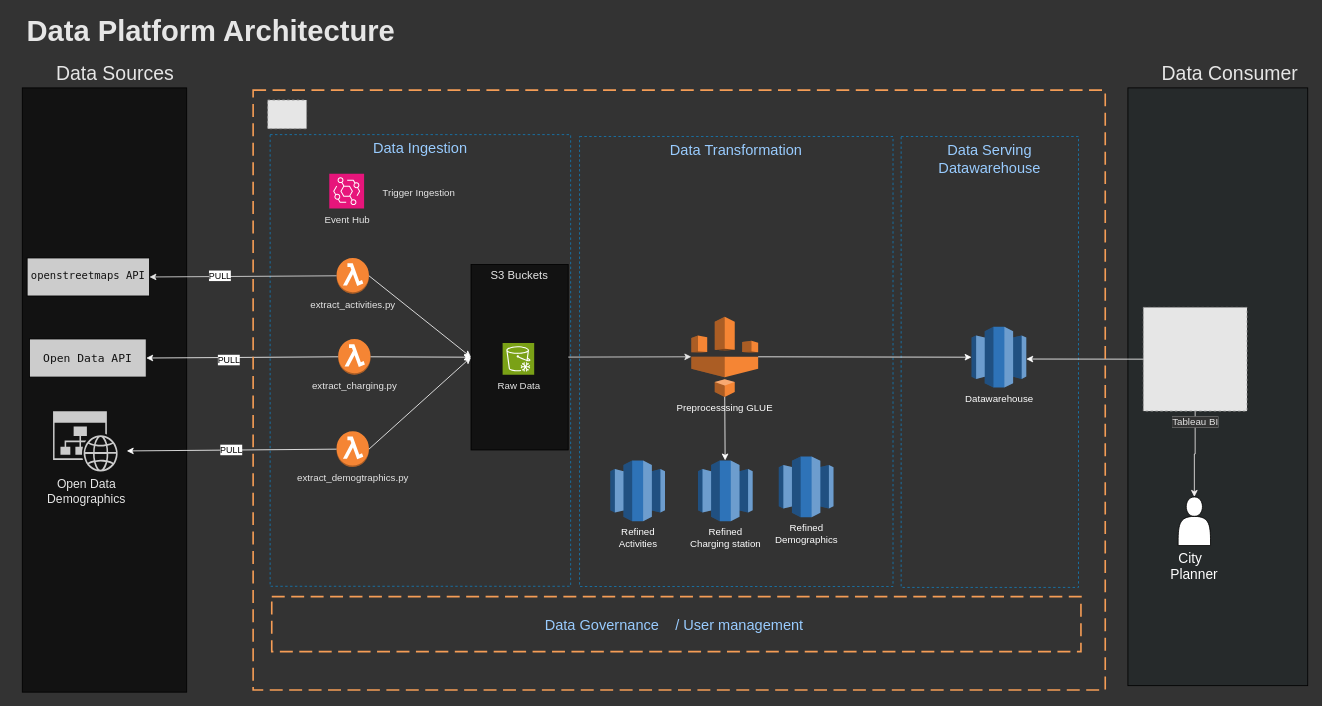
The draw.io diagram page "datalake" (1 of 2) of drawio/datalake.drawio in fburnelli/datawarehouse_wizards, before the edit. Source tidied: cells renumbered, new cells numbered last; positions are measured from the earlier drawing's top-left corner, leaving out a move shared by most shapes. Both pictures are drawn from the tidied source at 81%, with x=0, y=0 at pixel (14, 15). Pictures stored in the file or linked from it are replaced by grey dashed boxes.
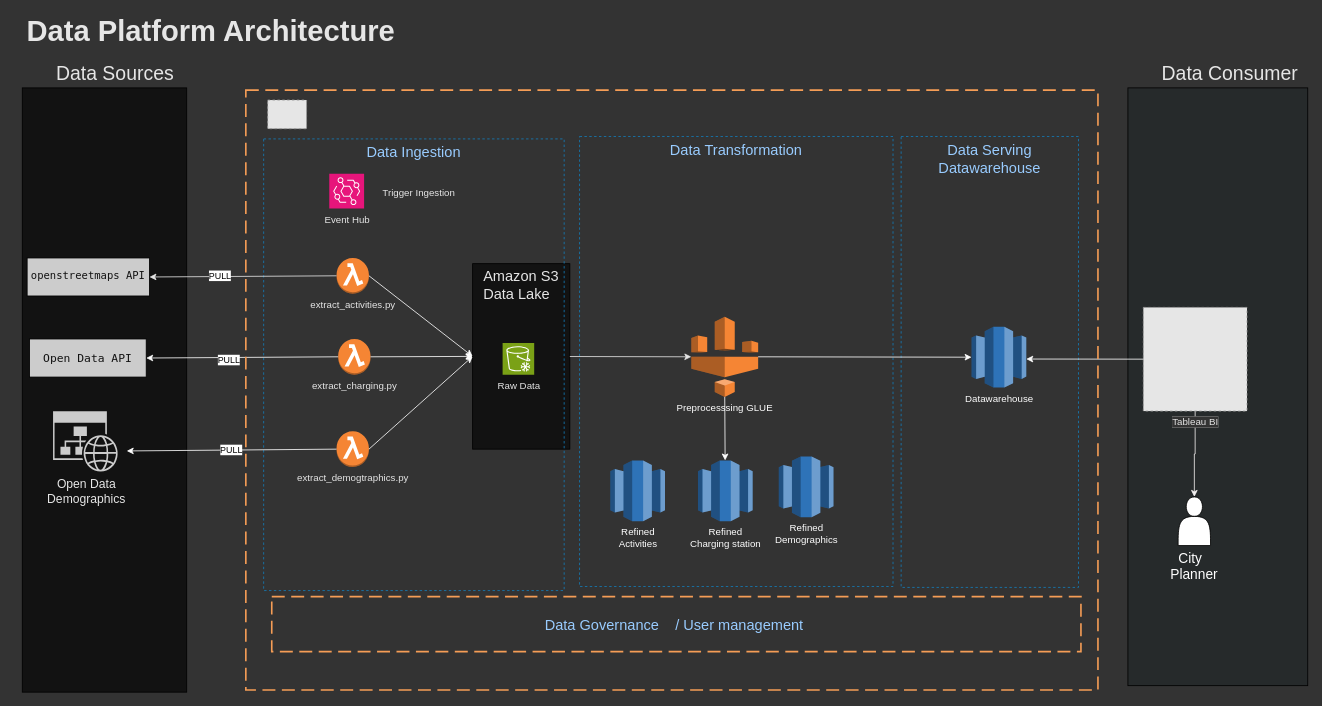
Above is the later version.

Commit message (it also covers changes not shown here):
data lake label

Change to the diagram source:
```diff
@@
-    <mxCell id="4" value="&lt;div&gt;&lt;font color=&quot;#e6e6e6&quot;&gt;&lt;br&gt;&lt;/font&gt;&lt;/div&gt;&lt;div style=&quot;text-align: left;&quot;&gt;&lt;font style=&quot;font-size: 14px;&quot; color=&quot;#e6e6e6&quot;&gt;S3 Buckets&lt;/font&gt;&lt;/div&gt;&lt;div style=&quot;text-align: left;&quot;&gt;&lt;font color=&quot;#e6e6e6&quot;&gt;&lt;br&gt;&lt;/font&gt;&lt;/div&gt;&lt;div style=&quot;text-align: left;&quot;&gt;&lt;font color=&quot;#e6e6e6&quot;&gt;&lt;br&gt;&lt;/font&gt;&lt;/div&gt;&lt;div style=&quot;text-align: left;&quot;&gt;&lt;font color=&quot;#e6e6e6&quot;&gt;&lt;br&gt;&lt;/font&gt;&lt;/div&gt;&lt;div style=&quot;text-align: left;&quot;&gt;&lt;font color=&quot;#e6e6e6&quot;&gt;&lt;br&gt;&lt;/font&gt;&lt;/div&gt;&lt;div style=&quot;text-align: left;&quot;&gt;&lt;font color=&quot;#e6e6e6&quot;&gt;&lt;br&gt;&lt;/font&gt;&lt;/div&gt;&lt;div style=&quot;text-align: left;&quot;&gt;&lt;font color=&quot;#e6e6e6&quot;&gt;&lt;br&gt;&lt;/font&gt;&lt;/div&gt;&lt;div style=&quot;text-align: left;&quot;&gt;&lt;font color=&quot;#e6e6e6&quot;&gt;&lt;br&gt;&lt;/font&gt;&lt;/div&gt;&lt;div style=&quot;text-align: left;&quot;&gt;&lt;font color=&quot;#e6e6e6&quot;&gt;&lt;br&gt;&lt;/font&gt;&lt;/div&gt;&lt;div style=&quot;text-align: left;&quot;&gt;&lt;font color=&quot;#e6e6e6&quot;&gt;&lt;br&gt;&lt;/font&gt;&lt;/div&gt;&lt;div style=&quot;text-align: left;&quot;&gt;&lt;font color=&quot;#e6e6e6&quot;&gt;&lt;br&gt;&lt;/font&gt;&lt;/div&gt;&lt;div style=&quot;text-align: left;&quot;&gt;&lt;font color=&quot;#e6e6e6&quot;&gt;&lt;br&gt;&lt;/font&gt;&lt;/div&gt;&lt;div style=&quot;text-align: left;&quot;&gt;&lt;font color=&quot;#e6e6e6&quot;&gt;&lt;br&gt;&lt;/font&gt;&lt;/div&gt;&lt;div style=&quot;text-align: left;&quot;&gt;&lt;font color=&quot;#e6e6e6&quot;&gt;&lt;br&gt;&lt;/font&gt;&lt;/div&gt;&lt;div style=&quot;text-align: left;&quot;&gt;&lt;font color=&quot;#e6e6e6&quot;&gt;&lt;br&gt;&lt;/font&gt;&lt;/div&gt;&lt;div style=&quot;text-align: left;&quot;&gt;&lt;font color=&quot;#e6e6e6&quot;&gt;&lt;br&gt;&lt;/font&gt;&lt;/div&gt;" style="rounded=0;whiteSpace=wrap;html=1;fillColor=#121212;" parent="1" vertex="1">
-      <mxGeometry x="564" y="308" width="120" height="229" as="geometry" />
+    <mxCell id="4" value="&lt;div&gt;&lt;font color=&quot;#e6e6e6&quot;&gt;&lt;br&gt;&lt;/font&gt;&lt;/div&gt;&lt;div style=&quot;text-align: left;&quot;&gt;&lt;font style=&quot;font-size: 14px;&quot; color=&quot;#e6e6e6&quot;&gt;&lt;br&gt;&lt;/font&gt;&lt;/div&gt;&lt;div style=&quot;text-align: left;&quot;&gt;&lt;font style=&quot;font-size: 14px;&quot; color=&quot;#e6e6e6&quot;&gt;&lt;br&gt;&lt;/font&gt;&lt;/div&gt;&lt;div style=&quot;text-align: left; font-size: 18px;&quot;&gt;&lt;font style=&quot;font-size: 18px;&quot;&gt;&lt;font style=&quot;font-size: 18px;&quot; color=&quot;#e6e6e6&quot;&gt;Amazon&amp;nbsp;&lt;/font&gt;&lt;span style=&quot;color: rgb(230, 230, 230); background-color: initial;&quot;&gt;S3&lt;/span&gt;&lt;/font&gt;&lt;/div&gt;&lt;div style=&quot;text-align: left; font-size: 18px;&quot;&gt;&lt;font style=&quot;font-size: 18px;&quot; color=&quot;#e6e6e6&quot;&gt;Data Lake&lt;/font&gt;&lt;/div&gt;&lt;div style=&quot;text-align: left; font-size: 18px;&quot;&gt;&lt;font style=&quot;font-size: 18px;&quot; color=&quot;#e6e6e6&quot;&gt;&lt;br&gt;&lt;/font&gt;&lt;/div&gt;&lt;div style=&quot;text-align: left;&quot;&gt;&lt;font color=&quot;#e6e6e6&quot;&gt;&lt;br&gt;&lt;/font&gt;&lt;/div&gt;&lt;div style=&quot;text-align: left;&quot;&gt;&lt;font color=&quot;#e6e6e6&quot;&gt;&lt;br&gt;&lt;/font&gt;&lt;/div&gt;&lt;div style=&quot;text-align: left;&quot;&gt;&lt;font color=&quot;#e6e6e6&quot;&gt;&lt;br&gt;&lt;/font&gt;&lt;/div&gt;&lt;div style=&quot;text-align: left;&quot;&gt;&lt;font color=&quot;#e6e6e6&quot;&gt;&lt;br&gt;&lt;/font&gt;&lt;/div&gt;&lt;div style=&quot;text-align: left;&quot;&gt;&lt;font color=&quot;#e6e6e6&quot;&gt;&lt;br&gt;&lt;/font&gt;&lt;/div&gt;&lt;div style=&quot;text-align: left;&quot;&gt;&lt;font color=&quot;#e6e6e6&quot;&gt;&lt;br&gt;&lt;/font&gt;&lt;/div&gt;&lt;div style=&quot;text-align: left;&quot;&gt;&lt;font color=&quot;#e6e6e6&quot;&gt;&lt;br&gt;&lt;/font&gt;&lt;/div&gt;&lt;div style=&quot;text-align: left;&quot;&gt;&lt;font color=&quot;#e6e6e6&quot;&gt;&lt;br&gt;&lt;/font&gt;&lt;/div&gt;&lt;div style=&quot;text-align: left;&quot;&gt;&lt;font color=&quot;#e6e6e6&quot;&gt;&lt;br&gt;&lt;/font&gt;&lt;/div&gt;&lt;div style=&quot;text-align: left;&quot;&gt;&lt;font color=&quot;#e6e6e6&quot;&gt;&lt;br&gt;&lt;/font&gt;&lt;/div&gt;&lt;div style=&quot;text-align: left;&quot;&gt;&lt;font color=&quot;#e6e6e6&quot;&gt;&lt;br&gt;&lt;/font&gt;&lt;/div&gt;&lt;div style=&quot;text-align: left;&quot;&gt;&lt;font color=&quot;#e6e6e6&quot;&gt;&lt;br&gt;&lt;/font&gt;&lt;/div&gt;&lt;div style=&quot;text-align: left;&quot;&gt;&lt;font color=&quot;#e6e6e6&quot;&gt;&lt;br&gt;&lt;/font&gt;&lt;/div&gt;&lt;div style=&quot;text-align: left;&quot;&gt;&lt;font color=&quot;#e6e6e6&quot;&gt;&lt;br&gt;&lt;/font&gt;&lt;/div&gt;" style="rounded=0;whiteSpace=wrap;html=1;fillColor=#121212;" parent="1" vertex="1">
+      <mxGeometry x="566" y="307" width="120" height="229" as="geometry" />
     </mxCell>
@@
     <mxCell id="7" value="&lt;font color=&quot;#99ccff&quot; style=&quot;font-size: 18px;&quot;&gt;Data Ingestion&lt;/font&gt;&lt;div&gt;&lt;br&gt;&lt;/div&gt;" style="fillColor=none;strokeColor=#147EBA;dashed=1;verticalAlign=top;fontStyle=0;fontColor=#147EBA;whiteSpace=wrap;html=1;rounded=0;" parent="1" vertex="1">
-      <mxGeometry x="316" y="147.7" width="371" height="557.6" as="geometry" />
+      <mxGeometry x="308" y="153" width="371" height="557.6" as="geometry" />
     </mxCell>
@@
     <mxCell id="30" style="rounded=0;arcSize=10;dashed=1;strokeColor=#F59D56;fillColor=none;gradientColor=none;dashPattern=8 4;strokeWidth=2;" parent="1" vertex="1">
-      <mxGeometry x="295" y="92.8" width="1052" height="740.5" as="geometry" />
+      <mxGeometry x="286" y="92.8" width="1052" height="740.5" as="geometry" />
     </mxCell>
```
